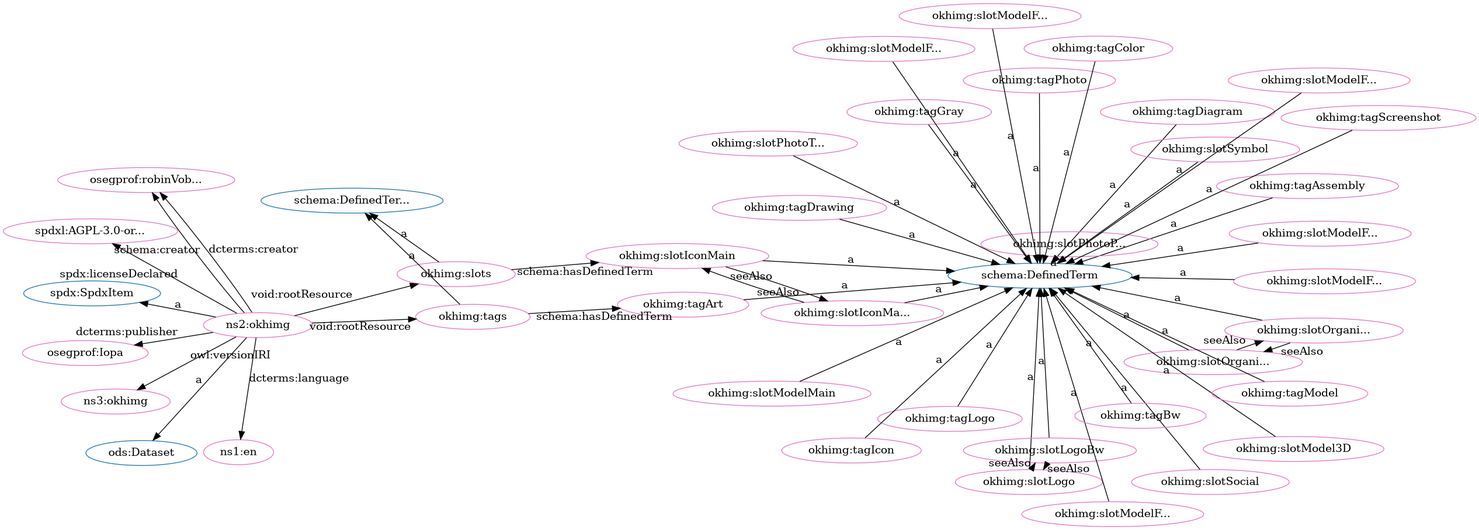
The Graphviz diagram src/spec/dot_okh-img-clean.png in iop-alliance/OpenKnowHow, before a commit. Its source is kept beside it as src/spec/dot_okh-img-clean.dot.
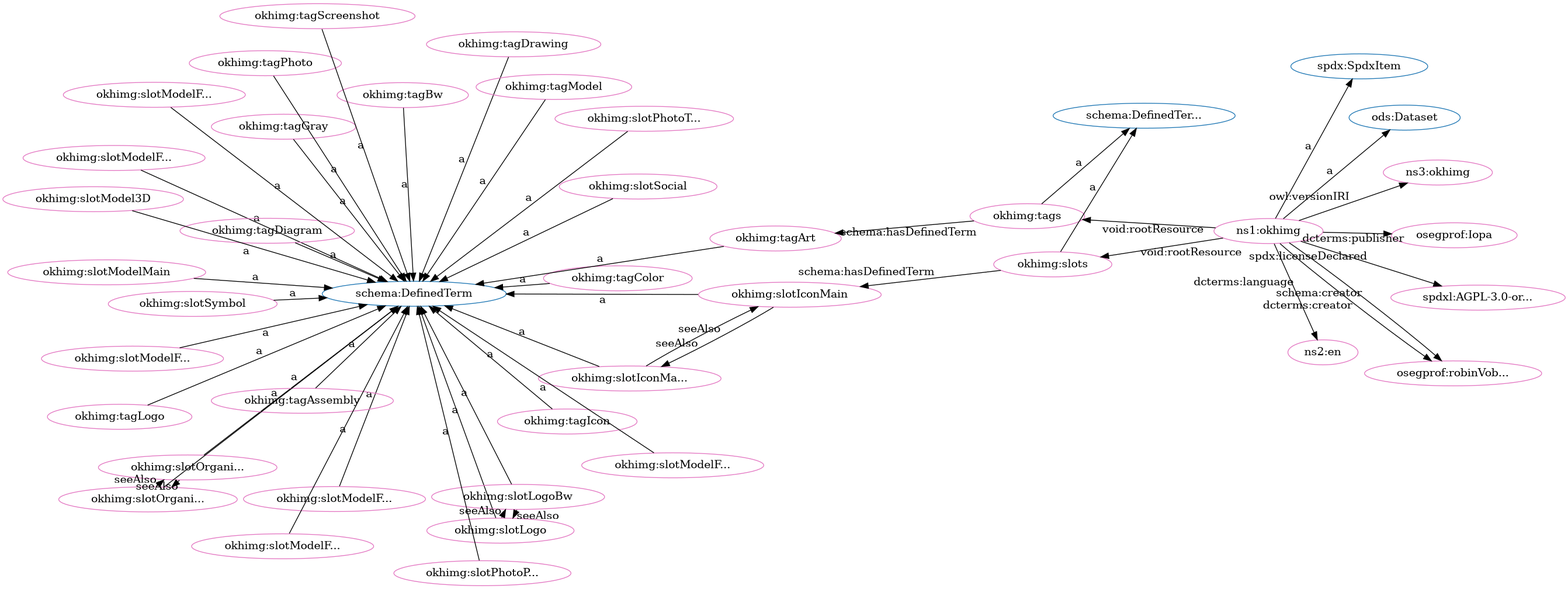
The same file after the commit.

The edit, as a diff of the source:
```diff
@@ -1,96 +1,96 @@
 digraph G {
   rankdir=BT
   node[height=.3]
-"http://spdx.org/rdf/terms#SpdxItem" [fillcolor="#1f77b4" color="#1f77b4" label="spdx:SpdxItem"]
-"http://schema.org/DefinedTermSet" [fillcolor="#1f77b4" color="#1f77b4" label="schema:DefinedTer..."]
 "http://schema.org/DefinedTerm" [fillcolor="#1f77b4" color="#1f77b4" label="schema:DefinedTerm"]
 "http://w3id.org/oseg/ont/ods#Dataset" [fillcolor="#1f77b4" color="#1f77b4" label="ods:Dataset"]
+"http://schema.org/DefinedTermSet" [fillcolor="#1f77b4" color="#1f77b4" label="schema:DefinedTer..."]
+"http://spdx.org/rdf/terms#SpdxItem" [fillcolor="#1f77b4" color="#1f77b4" label="spdx:SpdxItem"]
+"http://w3id.org/oseg/ont/okhimg#tags" [fillcolor="#e377c2" color="#e377c2" label="okhimg:tags"]
+"http://w3id.org/oseg/ont/okhimg#slotOrganizationLogo" [fillcolor="#e377c2" color="#e377c2" label="okhimg:slotOrgani..."]
+"http://w3id.org/oseg/ont/okhimg#tagBw" [fillcolor="#e377c2" color="#e377c2" label="okhimg:tagBw"]
+"http://w3id.org/oseg/ont/oseg-profiles#robinVobruba" [fillcolor="#e377c2" color="#e377c2" label="osegprof:robinVob..."]
+"http://w3id.org/oseg/ont/okhimg#slotLogo" [fillcolor="#e377c2" color="#e377c2" label="okhimg:slotLogo"]
+"http://spdx.org/licenses/AGPL-3.0-or-later" [fillcolor="#e377c2" color="#e377c2" label="spdxl:AGPL-3.0-or..."]
+"http://w3id.org/oseg/ont/okhimg#slotLogoBw" [fillcolor="#e377c2" color="#e377c2" label="okhimg:slotLogoBw"]
+"http://w3id.org/oseg/ont/okhimg#slotModelFromRight" [fillcolor="#e377c2" color="#e377c2" label="okhimg:slotModelF..."]
+"http://w3id.org/oseg/ont/oseg-profiles#Iopa" [fillcolor="#e377c2" color="#e377c2" label="osegprof:Iopa"]
 "http://w3id.org/oseg/ont/okhimg#slotIconMain" [fillcolor="#e377c2" color="#e377c2" label="okhimg:slotIconMain"]
+"http://w3id.org/oseg/ont/okhimg#slotSocial" [fillcolor="#e377c2" color="#e377c2" label="okhimg:slotSocial"]
+"http://w3id.org/oseg/ont/okhimg" [fillcolor="#e377c2" color="#e377c2" label="ns1:okhimg"]
+"http://w3id.org/oseg/ont/okhimg#tagIcon" [fillcolor="#e377c2" color="#e377c2" label="okhimg:tagIcon"]
+"http://w3id.org/oseg/ont/okhimg#slotModelFromBelow" [fillcolor="#e377c2" color="#e377c2" label="okhimg:slotModelF..."]
+"http://id.loc.gov/vocabulary/iso639-1/en" [fillcolor="#e377c2" color="#e377c2" label="ns2:en"]
+"http://w3id.org/oseg/ont/okhimg#slotModelMain" [fillcolor="#e377c2" color="#e377c2" label="okhimg:slotModelMain"]
+"http://w3id.org/oseg/ont/okhimg#slots" [fillcolor="#e377c2" color="#e377c2" label="okhimg:slots"]
+"http://w3id.org/oseg/ont/okhimg#slotPhotoPackaging" [fillcolor="#e377c2" color="#e377c2" label="okhimg:slotPhotoP..."]
 "http://w3id.org/oseg/ont/okhimg#tagAssembly" [fillcolor="#e377c2" color="#e377c2" label="okhimg:tagAssembly"]
-"http://w3id.org/oseg/ont/okhimg#slots" [fillcolor="#e377c2" color="#e377c2" label="okhimg:slots"]
-"http://w3id.org/oseg/ont/okhimg#tagArt" [fillcolor="#e377c2" color="#e377c2" label="okhimg:tagArt"]
-"http://w3id.org/oseg/ont/okhimg#slotLogo" [fillcolor="#e377c2" color="#e377c2" label="okhimg:slotLogo"]
-"http://id.loc.gov/vocabulary/iso639-1/en" [fillcolor="#e377c2" color="#e377c2" label="ns1:en"]
-"http://w3id.org/oseg/ont/okhimg#slotIconMainBw" [fillcolor="#e377c2" color="#e377c2" label="okhimg:slotIconMa..."]
+"http://w3id.org/oseg/ont/okhimg#tagDiagram" [fillcolor="#e377c2" color="#e377c2" label="okhimg:tagDiagram"]
+"http://w3id.org/oseg/ont/okhimg#tagGray" [fillcolor="#e377c2" color="#e377c2" label="okhimg:tagGray"]
+"http://w3id.org/oseg/ont/okhimg#slotModelFromLeft" [fillcolor="#e377c2" color="#e377c2" label="okhimg:slotModelF..."]
+"http://w3id.org/oseg/ont/okhimg#tagColor" [fillcolor="#e377c2" color="#e377c2" label="okhimg:tagColor"]
+"http://w3id.org/oseg/ont/okhimg#tagPhoto" [fillcolor="#e377c2" color="#e377c2" label="okhimg:tagPhoto"]
+"http://w3id.org/oseg/ont/okhimg#tagDrawing" [fillcolor="#e377c2" color="#e377c2" label="okhimg:tagDrawing"]
 "http://w3id.org/oseg/ont/okhimg#slotModelFromBack" [fillcolor="#e377c2" color="#e377c2" label="okhimg:slotModelF..."]
-"http://w3id.org/oseg/ont/okhimg#tagDiagram" [fillcolor="#e377c2" color="#e377c2" label="okhimg:tagDiagram"]
-"http://w3id.org/oseg/ont/okhimg#slotPhotoPackaging" [fillcolor="#e377c2" color="#e377c2" label="okhimg:slotPhotoP..."]
-"http://w3id.org/oseg/ont/okhimg#slotPhotoThingMain" [fillcolor="#e377c2" color="#e377c2" label="okhimg:slotPhotoT..."]
-"http://w3id.org/oseg/ont/okhimg#slotModelMain" [fillcolor="#e377c2" color="#e377c2" label="okhimg:slotModelMain"]
-"http://w3id.org/oseg/ont/okhimg#tagLogo" [fillcolor="#e377c2" color="#e377c2" label="okhimg:tagLogo"]
-"http://w3id.org/oseg/ont/okhimg#tagDrawing" [fillcolor="#e377c2" color="#e377c2" label="okhimg:tagDrawing"]
-"http://w3id.org/oseg/ont/okhimg#tagPhoto" [fillcolor="#e377c2" color="#e377c2" label="okhimg:tagPhoto"]
-"http://w3id.org/oseg/ont/oseg-profiles#robinVobruba" [fillcolor="#e377c2" color="#e377c2" label="osegprof:robinVob..."]
-"http://w3id.org/oseg/ont/okhimg#tags" [fillcolor="#e377c2" color="#e377c2" label="okhimg:tags"]
-"http://w3id.org/oseg/ont/okhimg" [fillcolor="#e377c2" color="#e377c2" label="ns2:okhimg"]
-"http://w3id.org/oseg/ont/okhimg#slotSocial" [fillcolor="#e377c2" color="#e377c2" label="okhimg:slotSocial"]
-"http://spdx.org/licenses/AGPL-3.0-or-later" [fillcolor="#e377c2" color="#e377c2" label="spdxl:AGPL-3.0-or..."]
-"http://w3id.org/oseg/ont/okhimg#slotModelFromRight" [fillcolor="#e377c2" color="#e377c2" label="okhimg:slotModelF..."]
-"http://w3id.org/oseg/ont/okhimg#tagColor" [fillcolor="#e377c2" color="#e377c2" label="okhimg:tagColor"]
-"http://w3id.org/oseg/ont/okhimg#slotModelFromBelow" [fillcolor="#e377c2" color="#e377c2" label="okhimg:slotModelF..."]
-"http://w3id.org/oseg/ont/okhimg#slotSymbol" [fillcolor="#e377c2" color="#e377c2" label="okhimg:slotSymbol"]
-"http://w3id.org/oseg/ont/okhimg#tagScreenshot" [fillcolor="#e377c2" color="#e377c2" label="okhimg:tagScreenshot"]
-"http://w3id.org/oseg/ont/okhimg#tagBw" [fillcolor="#e377c2" color="#e377c2" label="okhimg:tagBw"]
-"http://w3id.org/oseg/ont/okhimg#slotOrganizationLogoBw" [fillcolor="#e377c2" color="#e377c2" label="okhimg:slotOrgani..."]
-"http://w3id.org/oseg/ont/okhimg#tagGray" [fillcolor="#e377c2" color="#e377c2" label="okhimg:tagGray"]
 "http://w3id.org/oseg/ont/okhimg#slotModel3D" [fillcolor="#e377c2" color="#e377c2" label="okhimg:slotModel3D"]
 "http://w3id.org/oseg/ont/okhimg#tagModel" [fillcolor="#e377c2" color="#e377c2" label="okhimg:tagModel"]
+"http://w3id.org/oseg/ont/okhimg#tagArt" [fillcolor="#e377c2" color="#e377c2" label="okhimg:tagArt"]
+"http://w3id.org/oseg/ont/0.1.0/okhimg" [fillcolor="#e377c2" color="#e377c2" label="ns3:okhimg"]
+"http://w3id.org/oseg/ont/okhimg#slotIconMainBw" [fillcolor="#e377c2" color="#e377c2" label="okhimg:slotIconMa..."]
+"http://w3id.org/oseg/ont/okhimg#slotOrganizationLogoBw" [fillcolor="#e377c2" color="#e377c2" label="okhimg:slotOrgani..."]
 "http://w3id.org/oseg/ont/okhimg#slotModelFromFront" [fillcolor="#e377c2" color="#e377c2" label="okhimg:slotModelF..."]
-"http://w3id.org/oseg/ont/okhimg#slotLogoBw" [fillcolor="#e377c2" color="#e377c2" label="okhimg:slotLogoBw"]
-"http://w3id.org/oseg/ont/okhimg#tagIcon" [fillcolor="#e377c2" color="#e377c2" label="okhimg:tagIcon"]
-"http://w3id.org/oseg/ont/okhimg#slotOrganizationLogo" [fillcolor="#e377c2" color="#e377c2" label="okhimg:slotOrgani..."]
+"http://w3id.org/oseg/ont/okhimg#tagLogo" [fillcolor="#e377c2" color="#e377c2" label="okhimg:tagLogo"]
 "http://w3id.org/oseg/ont/okhimg#slotModelFromAbove" [fillcolor="#e377c2" color="#e377c2" label="okhimg:slotModelF..."]
-"http://w3id.org/oseg/ont/oseg-profiles#Iopa" [fillcolor="#e377c2" color="#e377c2" label="osegprof:Iopa"]
-"http://w3id.org/oseg/ont/okhimg#slotModelFromLeft" [fillcolor="#e377c2" color="#e377c2" label="okhimg:slotModelF..."]
-"http://w3id.org/oseg/ont/0.1.0/okhimg" [fillcolor="#e377c2" color="#e377c2" label="ns3:okhimg"]
+"http://w3id.org/oseg/ont/okhimg#tagScreenshot" [fillcolor="#e377c2" color="#e377c2" label="okhimg:tagScreenshot"]
+"http://w3id.org/oseg/ont/okhimg#slotSymbol" [fillcolor="#e377c2" color="#e377c2" label="okhimg:slotSymbol"]
+"http://w3id.org/oseg/ont/okhimg#slotPhotoThingMain" [fillcolor="#e377c2" color="#e377c2" label="okhimg:slotPhotoT..."]
+  "http://w3id.org/oseg/ont/okhimg#slotIconMainBw" -> "http://w3id.org/oseg/ont/okhimg#slotIconMain" [label="seeAlso"]
+  "http://w3id.org/oseg/ont/okhimg" -> "http://w3id.org/oseg/ont/okhimg#tags" [label="void:rootResource"]
+  "http://w3id.org/oseg/ont/okhimg#slotOrganizationLogo" -> "http://schema.org/DefinedTerm" [label="a"]
+  "http://w3id.org/oseg/ont/okhimg#tagBw" -> "http://schema.org/DefinedTerm" [label="a"]
+  "http://w3id.org/oseg/ont/okhimg" -> "http://w3id.org/oseg/ont/oseg-profiles#robinVobruba" [label="schema:creator"]
+  "http://w3id.org/oseg/ont/okhimg#slotLogoBw" -> "http://w3id.org/oseg/ont/okhimg#slotLogo" [label="seeAlso"]
+  "http://w3id.org/oseg/ont/okhimg" -> "http://spdx.org/licenses/AGPL-3.0-or-later" [label="spdx:licenseDeclared"]
+  "http://w3id.org/oseg/ont/okhimg#slotLogo" -> "http://w3id.org/oseg/ont/okhimg#slotLogoBw" [label="seeAlso"]
+  "http://w3id.org/oseg/ont/okhimg#slotModelFromRight" -> "http://schema.org/DefinedTerm" [label="a"]
+  "http://w3id.org/oseg/ont/okhimg" -> "http://w3id.org/oseg/ont/oseg-profiles#Iopa" [label="dcterms:publisher"]
+  "http://w3id.org/oseg/ont/okhimg#slots" -> "http://w3id.org/oseg/ont/okhimg#slotIconMain" [label="schema:hasDefinedTerm"]
+  "http://w3id.org/oseg/ont/okhimg#slotSocial" -> "http://schema.org/DefinedTerm" [label="a"]
+  "http://w3id.org/oseg/ont/okhimg#slotLogo" -> "http://schema.org/DefinedTerm" [label="a"]
+  "http://w3id.org/oseg/ont/okhimg" -> "http://w3id.org/oseg/ont/ods#Dataset" [label="a"]
+  "http://w3id.org/oseg/ont/okhimg#tagIcon" -> "http://schema.org/DefinedTerm" [label="a"]
+  "http://w3id.org/oseg/ont/okhimg" -> "http://spdx.org/rdf/terms#SpdxItem" [label="a"]
+  "http://w3id.org/oseg/ont/okhimg#slotModelFromBelow" -> "http://schema.org/DefinedTerm" [label="a"]
+  "http://w3id.org/oseg/ont/okhimg" -> "http://id.loc.gov/vocabulary/iso639-1/en" [label="dcterms:language"]
+  "http://w3id.org/oseg/ont/okhimg#slotModelMain" -> "http://schema.org/DefinedTerm" [label="a"]
+  "http://w3id.org/oseg/ont/okhimg#slots" -> "http://schema.org/DefinedTermSet" [label="a"]
+  "http://w3id.org/oseg/ont/okhimg#slotPhotoPackaging" -> "http://schema.org/DefinedTerm" [label="a"]
+  "http://w3id.org/oseg/ont/okhimg#tagAssembly" -> "http://schema.org/DefinedTerm" [label="a"]
+  "http://w3id.org/oseg/ont/okhimg" -> "http://w3id.org/oseg/ont/okhimg#slots" [label="void:rootResource"]
+  "http://w3id.org/oseg/ont/okhimg#slotOrganizationLogoBw" -> "http://w3id.org/oseg/ont/okhimg#slotOrganizationLogo" [label="seeAlso"]
+  "http://w3id.org/oseg/ont/okhimg#tagDiagram" -> "http://schema.org/DefinedTerm" [label="a"]
+  "http://w3id.org/oseg/ont/okhimg#tagGray" -> "http://schema.org/DefinedTerm" [label="a"]
+  "http://w3id.org/oseg/ont/okhimg#slotModelFromLeft" -> "http://schema.org/DefinedTerm" [label="a"]
   "http://w3id.org/oseg/ont/okhimg#slotIconMain" -> "http://schema.org/DefinedTerm" [label="a"]
-  "http://w3id.org/oseg/ont/okhimg#tagAssembly" -> "http://schema.org/DefinedTerm" [label="a"]
-  "http://w3id.org/oseg/ont/okhimg#slots" -> "http://schema.org/DefinedTermSet" [label="a"]
-  "http://w3id.org/oseg/ont/okhimg#tagArt" -> "http://schema.org/DefinedTerm" [label="a"]
-  "http://w3id.org/oseg/ont/okhimg#slotLogoBw" -> "http://w3id.org/oseg/ont/okhimg#slotLogo" [label="seeAlso"]
-  "http://w3id.org/oseg/ont/okhimg" -> "http://id.loc.gov/vocabulary/iso639-1/en" [label="dcterms:language"]
-  "http://w3id.org/oseg/ont/okhimg#slotIconMainBw" -> "http://schema.org/DefinedTerm" [label="a"]
+  "http://w3id.org/oseg/ont/okhimg#tagColor" -> "http://schema.org/DefinedTerm" [label="a"]
+  "http://w3id.org/oseg/ont/okhimg#tagPhoto" -> "http://schema.org/DefinedTerm" [label="a"]
+  "http://w3id.org/oseg/ont/okhimg#tagDrawing" -> "http://schema.org/DefinedTerm" [label="a"]
   "http://w3id.org/oseg/ont/okhimg#slotModelFromBack" -> "http://schema.org/DefinedTerm" [label="a"]
-  "http://w3id.org/oseg/ont/okhimg#tagDiagram" -> "http://schema.org/DefinedTerm" [label="a"]
-  "http://w3id.org/oseg/ont/okhimg#slotIconMain" -> "http://w3id.org/oseg/ont/okhimg#slotIconMainBw" [label="seeAlso"]
-  "http://w3id.org/oseg/ont/okhimg#slotPhotoPackaging" -> "http://schema.org/DefinedTerm" [label="a"]
-  "http://w3id.org/oseg/ont/okhimg" -> "http://w3id.org/oseg/ont/okhimg#slots" [label="void:rootResource"]
-  "http://w3id.org/oseg/ont/okhimg#slotPhotoThingMain" -> "http://schema.org/DefinedTerm" [label="a"]
-  "http://w3id.org/oseg/ont/okhimg#slotModelMain" -> "http://schema.org/DefinedTerm" [label="a"]
-  "http://w3id.org/oseg/ont/okhimg#tagLogo" -> "http://schema.org/DefinedTerm" [label="a"]
-  "http://w3id.org/oseg/ont/okhimg#tagDrawing" -> "http://schema.org/DefinedTerm" [label="a"]
-  "http://w3id.org/oseg/ont/okhimg#tagPhoto" -> "http://schema.org/DefinedTerm" [label="a"]
-  "http://w3id.org/oseg/ont/okhimg" -> "http://w3id.org/oseg/ont/oseg-profiles#robinVobruba" [label="schema:creator"]
-  "http://w3id.org/oseg/ont/okhimg#slots" -> "http://w3id.org/oseg/ont/okhimg#slotIconMain" [label="schema:hasDefinedTerm"]
-  "http://w3id.org/oseg/ont/okhimg" -> "http://w3id.org/oseg/ont/okhimg#tags" [label="void:rootResource"]
-  "http://w3id.org/oseg/ont/okhimg#tags" -> "http://w3id.org/oseg/ont/okhimg#tagArt" [label="schema:hasDefinedTerm"]
-  "http://w3id.org/oseg/ont/okhimg" -> "http://w3id.org/oseg/ont/ods#Dataset" [label="a"]
-  "http://w3id.org/oseg/ont/okhimg#slotSocial" -> "http://schema.org/DefinedTerm" [label="a"]
-  "http://w3id.org/oseg/ont/okhimg" -> "http://spdx.org/licenses/AGPL-3.0-or-later" [label="spdx:licenseDeclared"]
-  "http://w3id.org/oseg/ont/okhimg#slotModelFromRight" -> "http://schema.org/DefinedTerm" [label="a"]
-  "http://w3id.org/oseg/ont/okhimg#tagColor" -> "http://schema.org/DefinedTerm" [label="a"]
-  "http://w3id.org/oseg/ont/okhimg#slotModelFromBelow" -> "http://schema.org/DefinedTerm" [label="a"]
-  "http://w3id.org/oseg/ont/okhimg#slotSymbol" -> "http://schema.org/DefinedTerm" [label="a"]
-  "http://w3id.org/oseg/ont/okhimg#tagScreenshot" -> "http://schema.org/DefinedTerm" [label="a"]
-  "http://w3id.org/oseg/ont/okhimg#tagBw" -> "http://schema.org/DefinedTerm" [label="a"]
-  "http://w3id.org/oseg/ont/okhimg#slotOrganizationLogo" -> "http://w3id.org/oseg/ont/okhimg#slotOrganizationLogoBw" [label="seeAlso"]
-  "http://w3id.org/oseg/ont/okhimg#tagGray" -> "http://schema.org/DefinedTerm" [label="a"]
   "http://w3id.org/oseg/ont/okhimg#slotModel3D" -> "http://schema.org/DefinedTerm" [label="a"]
-  "http://w3id.org/oseg/ont/okhimg#slotOrganizationLogoBw" -> "http://schema.org/DefinedTerm" [label="a"]
   "http://w3id.org/oseg/ont/okhimg" -> "http://w3id.org/oseg/ont/oseg-profiles#robinVobruba" [label="dcterms:creator"]
   "http://w3id.org/oseg/ont/okhimg#tagModel" -> "http://schema.org/DefinedTerm" [label="a"]
-  "http://w3id.org/oseg/ont/okhimg#slotIconMainBw" -> "http://w3id.org/oseg/ont/okhimg#slotIconMain" [label="seeAlso"]
+  "http://w3id.org/oseg/ont/okhimg#tags" -> "http://w3id.org/oseg/ont/okhimg#tagArt" [label="schema:hasDefinedTerm"]
+  "http://w3id.org/oseg/ont/okhimg" -> "http://w3id.org/oseg/ont/0.1.0/okhimg" [label="owl:versionIRI"]
+  "http://w3id.org/oseg/ont/okhimg#slotIconMain" -> "http://w3id.org/oseg/ont/okhimg#slotIconMainBw" [label="seeAlso"]
+  "http://w3id.org/oseg/ont/okhimg#tags" -> "http://schema.org/DefinedTermSet" [label="a"]
+  "http://w3id.org/oseg/ont/okhimg#slotOrganizationLogoBw" -> "http://schema.org/DefinedTerm" [label="a"]
   "http://w3id.org/oseg/ont/okhimg#slotModelFromFront" -> "http://schema.org/DefinedTerm" [label="a"]
-  "http://w3id.org/oseg/ont/okhimg#slotLogo" -> "http://w3id.org/oseg/ont/okhimg#slotLogoBw" [label="seeAlso"]
-  "http://w3id.org/oseg/ont/okhimg#tagIcon" -> "http://schema.org/DefinedTerm" [label="a"]
+  "http://w3id.org/oseg/ont/okhimg#tagLogo" -> "http://schema.org/DefinedTerm" [label="a"]
+  "http://w3id.org/oseg/ont/okhimg#slotModelFromAbove" -> "http://schema.org/DefinedTerm" [label="a"]
+  "http://w3id.org/oseg/ont/okhimg#tagScreenshot" -> "http://schema.org/DefinedTerm" [label="a"]
+  "http://w3id.org/oseg/ont/okhimg#slotSymbol" -> "http://schema.org/DefinedTerm" [label="a"]
+  "http://w3id.org/oseg/ont/okhimg#slotOrganizationLogo" -> "http://w3id.org/oseg/ont/okhimg#slotOrganizationLogoBw" [label="seeAlso"]
+  "http://w3id.org/oseg/ont/okhimg#slotIconMainBw" -> "http://schema.org/DefinedTerm" [label="a"]
   "http://w3id.org/oseg/ont/okhimg#slotLogoBw" -> "http://schema.org/DefinedTerm" [label="a"]
-  "http://w3id.org/oseg/ont/okhimg#slotLogo" -> "http://schema.org/DefinedTerm" [label="a"]
-  "http://w3id.org/oseg/ont/okhimg#slotOrganizationLogo" -> "http://schema.org/DefinedTerm" [label="a"]
-  "http://w3id.org/oseg/ont/okhimg#slotModelFromAbove" -> "http://schema.org/DefinedTerm" [label="a"]
-  "http://w3id.org/oseg/ont/okhimg" -> "http://w3id.org/oseg/ont/oseg-profiles#Iopa" [label="dcterms:publisher"]
-  "http://w3id.org/oseg/ont/okhimg#slotOrganizationLogoBw" -> "http://w3id.org/oseg/ont/okhimg#slotOrganizationLogo" [label="seeAlso"]
-  "http://w3id.org/oseg/ont/okhimg" -> "http://spdx.org/rdf/terms#SpdxItem" [label="a"]
-  "http://w3id.org/oseg/ont/okhimg#slotModelFromLeft" -> "http://schema.org/DefinedTerm" [label="a"]
-  "http://w3id.org/oseg/ont/okhimg" -> "http://w3id.org/oseg/ont/0.1.0/okhimg" [label="owl:versionIRI"]
-  "http://w3id.org/oseg/ont/okhimg#tags" -> "http://schema.org/DefinedTermSet" [label="a"]
+  "http://w3id.org/oseg/ont/okhimg#tagArt" -> "http://schema.org/DefinedTerm" [label="a"]
+  "http://w3id.org/oseg/ont/okhimg#slotPhotoThingMain" -> "http://schema.org/DefinedTerm" [label="a"]
 }
```
